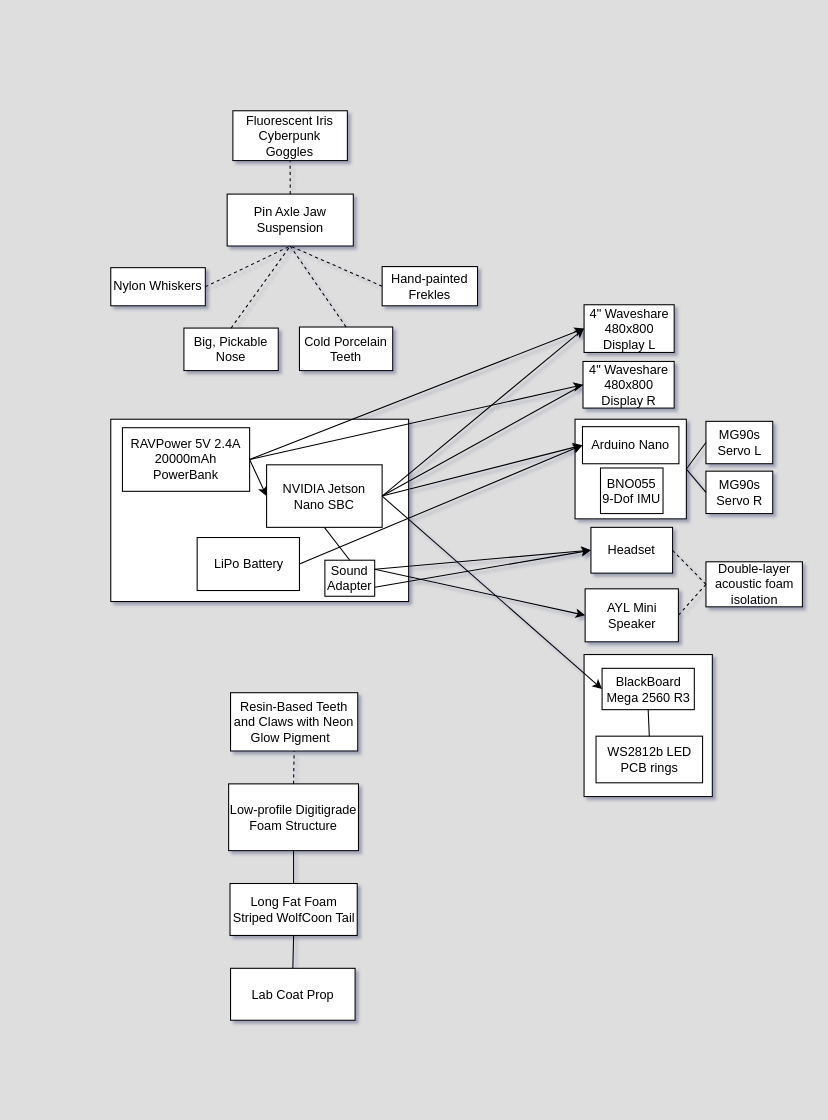
Above: Suit Concept/Basic hardware flowchart.drawio in MekhyW/BOSS-Electronic_Fursuit (draw.io), before the change. Source tidied: cells renumbered, new cells numbered last; positions are measured from the earlier drawing's top-left corner, leaving out a move shared by most shapes. Both pictures are drawn from the tidied source at 106%, with x=0, y=0 at pixel (110, 110).
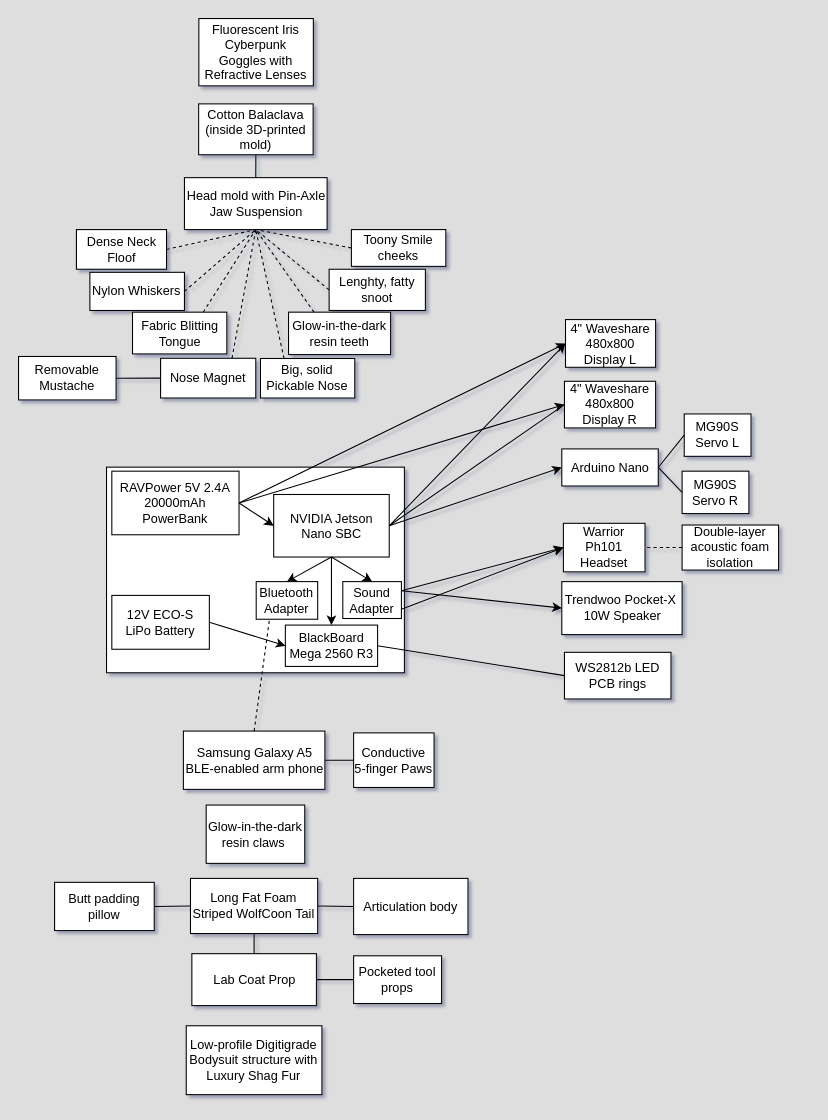
After the change.

What changed in the source:
```diff
@@
-    <mxCell id="2" style="rounded=0;whiteSpace=wrap;html=1;" parent="1" vertex="1">
-      <mxGeometry x="438" y="291" width="105" height="94" as="geometry" />
-    </mxCell>
-    <mxCell id="3" style="rounded=0;whiteSpace=wrap;html=1;" parent="1" vertex="1">
-      <mxGeometry x="446.5" y="513" width="121" height="134" as="geometry" />
-    </mxCell>
     <mxCell id="4" style="rounded=0;whiteSpace=wrap;html=1;" parent="1" vertex="1">
-      <mxGeometry y="291" width="281" height="172" as="geometry" />
+      <mxGeometry x="-4" y="336.2" width="281" height="194" as="geometry" />
     </mxCell>
     <mxCell id="5" value="NVIDIA Jetson Nano SBC" style="rounded=0;whiteSpace=wrap;html=1;" parent="1" vertex="1">
-      <mxGeometry x="147" y="334" width="109" height="59" as="geometry" />
+      <mxGeometry x="153.7" y="362" width="109" height="59" as="geometry" />
     </mxCell>
     <mxCell id="6" value="RAVPower 5V 2.4A&lt;br&gt;20000mAh PowerBank" style="rounded=0;whiteSpace=wrap;html=1;" parent="1" vertex="1">
-      <mxGeometry x="11" y="299" width="120" height="60" as="geometry" />
+      <mxGeometry x="1" y="340" width="120" height="60" as="geometry" />
     </mxCell>
-    <mxCell id="7" value="AYL Mini Speaker" style="rounded=0;whiteSpace=wrap;html=1;" parent="1" vertex="1">
-      <mxGeometry x="447.5" y="451" width="88" height="50" as="geometry" />
+    <mxCell id="7" value="Trendwoo Pocket-X&amp;nbsp;&lt;br&gt;10W Speaker" style="rounded=0;whiteSpace=wrap;html=1;" parent="1" vertex="1">
+      <mxGeometry x="425.5" y="444.2" width="113.5" height="50" as="geometry" />
     </mxCell>
     <mxCell id="8" value="4&quot; Waveshare&lt;br&gt;480x800 Display L" style="rounded=0;whiteSpace=wrap;html=1;" parent="1" vertex="1">
-      <mxGeometry x="446.5" y="183" width="85" height="45" as="geometry" />
+      <mxGeometry x="429" y="197" width="85" height="45" as="geometry" />
     </mxCell>
-    <mxCell id="9" value="Headset" style="rounded=0;whiteSpace=wrap;html=1;" parent="1" vertex="1">
-      <mxGeometry x="453" y="393" width="77" height="43.2" as="geometry" />
+    <mxCell id="9" value="Warrior Ph101 Headset" style="rounded=0;whiteSpace=wrap;html=1;" parent="1" vertex="1">
+      <mxGeometry x="427" y="389.2" width="77" height="45.8" as="geometry" />
     </mxCell>
     <mxCell id="10" value="4&quot; Waveshare&lt;br&gt;480x800 Display R" style="rounded=0;whiteSpace=wrap;html=1;" parent="1" vertex="1">
-      <mxGeometry x="445.5" y="236.5" width="86" height="44" as="geometry" />
+      <mxGeometry x="428" y="255.2" width="86" height="44" as="geometry" />
     </mxCell>
@@
-    <mxCell id="12" value="Pin Axle Jaw Suspension" style="rounded=0;whiteSpace=wrap;html=1;" parent="1" vertex="1">
-      <mxGeometry x="109.8" y="78.6" width="119" height="49" as="geometry" />
+    <mxCell id="12" value="Head mold with Pin-Axle Jaw Suspension" style="rounded=0;whiteSpace=wrap;html=1;" parent="1" vertex="1">
+      <mxGeometry x="69.5" y="63.1" width="134.6" height="49" as="geometry" />
     </mxCell>
     <mxCell id="13" value="Sound Adapter" style="rounded=0;whiteSpace=wrap;html=1;" parent="1" vertex="1">
-      <mxGeometry x="202" y="424" width="47" height="34" as="geometry" />
+      <mxGeometry x="218.9" y="444.2" width="55.3" height="34.8" as="geometry" />
     </mxCell>
@@
-    <mxCell id="17" value="Low-profile Digitigrade Foam Structure" style="rounded=0;whiteSpace=wrap;html=1;" parent="1" vertex="1">
-      <mxGeometry x="111.2" y="635" width="122.5" height="63" as="geometry" />
+    <mxCell id="17" value="Low-profile Digitigrade Bodysuit structure with Luxury Shag Fur" style="rounded=0;whiteSpace=wrap;html=1;" parent="1" vertex="1">
+      <mxGeometry x="71.2" y="863.2" width="128" height="65" as="geometry" />
     </mxCell>
     <mxCell id="18" value="Lab Coat Prop" style="rounded=0;whiteSpace=wrap;html=1;" parent="1" vertex="1">
-      <mxGeometry x="113" y="809" width="117.5" height="49" as="geometry" />
+      <mxGeometry x="76.5" y="795.2" width="117.5" height="49" as="geometry" />
     </mxCell>
@@
     <mxCell id="21" value="BlackBoard Mega 2560 R3" style="rounded=0;whiteSpace=wrap;html=1;" parent="1" vertex="1">
-      <mxGeometry x="463.5" y="526" width="87" height="39" as="geometry" />
+      <mxGeometry x="164.7" y="485.2" width="87" height="39" as="geometry" />
     </mxCell>
-    <mxCell id="22" style="endArrow=classic;html=1;exitX=1;exitY=0.5;exitDx=0;exitDy=0;entryX=0;entryY=0.5;entryDx=0;entryDy=0;" parent="1" edge="1" source="5" target="21">
+    <mxCell id="22" style="endArrow=classic;html=1;exitX=0.5;exitY=1;exitDx=0;exitDy=0;entryX=0.5;entryY=0;entryDx=0;entryDy=0;" parent="1" edge="1" source="5" target="21">
       <mxGeometry relative="1" as="geometry" />
     </mxCell>
@@
     <mxCell id="24" value="Double-layer acoustic foam isolation" style="rounded=0;whiteSpace=wrap;html=1;" parent="1" vertex="1">
-      <mxGeometry x="561.5" y="425.5" width="91" height="42.5" as="geometry" />
+      <mxGeometry x="539" y="390.8" width="91" height="42.5" as="geometry" />
     </mxCell>
     <mxCell id="25" value="WS2812b LED PCB rings" style="rounded=0;whiteSpace=wrap;html=1;" parent="1" vertex="1">
-      <mxGeometry x="457.8" y="590" width="100.5" height="44" as="geometry" />
+      <mxGeometry x="428" y="510.9" width="100.5" height="44" as="geometry" />
     </mxCell>
-    <mxCell id="26" style="endArrow=none;html=1;entryX=0.5;entryY=1;entryDx=0;entryDy=0;exitX=0.5;exitY=0;exitDx=0;exitDy=0;" parent="1" edge="1" source="25" target="21">
+    <mxCell id="26" style="endArrow=none;html=1;entryX=1;entryY=0.5;entryDx=0;entryDy=0;exitX=0;exitY=0.5;exitDx=0;exitDy=0;" parent="1" edge="1" source="25" target="21">
       <mxGeometry relative="1" as="geometry" />
     </mxCell>
-    <mxCell id="27" value="Resin-Based Teeth and Claws with Neon Glow Pigment&amp;nbsp;&amp;nbsp;" style="rounded=0;whiteSpace=wrap;html=1;" parent="1" vertex="1">
-      <mxGeometry x="113" y="549" width="120" height="55" as="geometry" />
+    <mxCell id="27" value="Glow-in-the-dark resin claws&amp;nbsp;" style="rounded=0;whiteSpace=wrap;html=1;" parent="1" vertex="1">
+      <mxGeometry x="90" y="655" width="93" height="55" as="geometry" />
     </mxCell>
-    <mxCell id="28" style="endArrow=none;dashed=1;html=1;entryX=0.5;entryY=1;entryDx=0;entryDy=0;exitX=0.5;exitY=0;exitDx=0;exitDy=0;" parent="1" edge="1" source="17" target="27">
-      <mxGeometry relative="1" as="geometry" />
-    </mxCell>
     <mxCell id="29" value="Nylon Whiskers" style="rounded=0;whiteSpace=wrap;html=1;" parent="1" vertex="1">
-      <mxGeometry y="148" width="89.2" height="36" as="geometry" />
+      <mxGeometry x="-19.7" y="152.4" width="89.2" height="36" as="geometry" />
     </mxCell>
     <mxCell id="30" value="Long Fat Foam Striped WolfCoon Tail" style="rounded=0;whiteSpace=wrap;html=1;" parent="1" vertex="1">
-      <mxGeometry x="112.5" y="729" width="120" height="49" as="geometry" />
+      <mxGeometry x="75.2" y="724.2" width="120" height="52" as="geometry" />
     </mxCell>
-    <mxCell id="31" style="endArrow=none;html=1;entryX=0.5;entryY=1;entryDx=0;entryDy=0;exitX=0.5;exitY=0;exitDx=0;exitDy=0;" parent="1" edge="1" source="30" target="17">
-      <mxGeometry relative="1" as="geometry" />
-    </mxCell>
@@
-    <mxCell id="33" value="Fluorescent Iris Cyberpunk &lt;br&gt;Goggles" style="rounded=0;whiteSpace=wrap;html=1;" parent="1" vertex="1">
-      <mxGeometry x="115.2" width="108" height="47" as="geometry" />
+    <mxCell id="33" value="Fluorescent Iris Cyberpunk &lt;br&gt;Goggles with Refractive Lenses" style="rounded=0;whiteSpace=wrap;html=1;" parent="1" vertex="1">
+      <mxGeometry x="83.1" y="-87" width="108" height="63.5" as="geometry" />
     </mxCell>
@@
-    <mxCell id="36" value="Big, Pickable Nose" style="rounded=0;whiteSpace=wrap;html=1;" parent="1" vertex="1">
-      <mxGeometry x="69" y="205" width="89" height="40.1" as="geometry" />
+    <mxCell id="36" value="Big, solid Pickable Nose" style="rounded=0;whiteSpace=wrap;html=1;" parent="1" vertex="1">
+      <mxGeometry x="141.2" y="233.7" width="89" height="37.3" as="geometry" />
     </mxCell>
-    <mxCell id="37" value="Hand-painted Frekles" style="rounded=0;whiteSpace=wrap;html=1;" parent="1" vertex="1">
-      <mxGeometry x="256" y="147" width="90" height="37" as="geometry" />
-    </mxCell>
-    <mxCell id="38" style="endArrow=none;dashed=1;html=1;entryX=1;entryY=0.5;entryDx=0;entryDy=0;exitX=0;exitY=0.5;exitDx=0;exitDy=0;" parent="1" edge="1" source="24" target="7">
-      <mxGeometry relative="1" as="geometry" />
-    </mxCell>
-    <mxCell id="39" style="endArrow=none;dashed=1;html=1;entryX=0.5;entryY=1;entryDx=0;entryDy=0;exitX=0.5;exitY=0;exitDx=0;exitDy=0;" parent="1" edge="1" source="12" target="33">
-      <mxGeometry relative="1" as="geometry" />
-    </mxCell>
@@
-    <mxCell id="41" style="endArrow=none;dashed=1;html=1;entryX=0.5;entryY=1;entryDx=0;entryDy=0;exitX=0;exitY=0.5;exitDx=0;exitDy=0;" parent="1" edge="1" source="37" target="12">
-      <mxGeometry relative="1" as="geometry" />
-    </mxCell>
-    <mxCell id="42" style="endArrow=none;dashed=1;html=1;entryX=0.5;entryY=1;entryDx=0;entryDy=0;exitX=0.5;exitY=0;exitDx=0;exitDy=0;" parent="1" edge="1" source="36" target="12">
+    <mxCell id="42" style="endArrow=none;dashed=1;html=1;entryX=0.5;entryY=1;entryDx=0;entryDy=0;exitX=0.25;exitY=0;exitDx=0;exitDy=0;" parent="1" edge="1" source="36" target="12">
       <mxGeometry relative="1" as="geometry" />
     </mxCell>
     <mxCell id="43" value="Arduino Nano" style="rounded=0;whiteSpace=wrap;html=1;" parent="1" vertex="1">
-      <mxGeometry x="445" y="298" width="91" height="35" as="geometry" />
+      <mxGeometry x="425.5" y="319" width="91" height="35" as="geometry" />
     </mxCell>
-    <mxCell id="44" value="LiPo Battery" style="rounded=0;whiteSpace=wrap;html=1;" parent="1" vertex="1">
-      <mxGeometry x="81.5" y="402.6" width="96.5" height="50" as="geometry" />
-    </mxCell>
-    <mxCell id="45" style="endArrow=classic;html=1;exitX=1;exitY=0.5;exitDx=0;exitDy=0;entryX=0;entryY=0.5;entryDx=0;entryDy=0;" parent="1" edge="1" source="44" target="43">
-      <mxGeometry relative="1" as="geometry" />
-    </mxCell>
@@
-    <mxCell id="47" value="MG90s Servo L" style="rounded=0;whiteSpace=wrap;html=1;" parent="1" vertex="1">
-      <mxGeometry x="561.5" y="293" width="63" height="40" as="geometry" />
+    <mxCell id="47" value="MG90S Servo L" style="rounded=0;whiteSpace=wrap;html=1;" parent="1" vertex="1">
+      <mxGeometry x="541" y="286" width="63" height="40" as="geometry" />
     </mxCell>
-    <mxCell id="48" value="MG90s Servo R" style="rounded=0;whiteSpace=wrap;html=1;" parent="1" vertex="1">
-      <mxGeometry x="561.5" y="340" width="63" height="40" as="geometry" />
+    <mxCell id="48" value="MG90S Servo R" style="rounded=0;whiteSpace=wrap;html=1;" parent="1" vertex="1">
+      <mxGeometry x="539" y="340" width="63" height="40" as="geometry" />
     </mxCell>
-    <mxCell id="49" style="endArrow=none;html=1;entryX=1;entryY=0.5;entryDx=0;entryDy=0;exitX=0;exitY=0.5;exitDx=0;exitDy=0;" parent="1" edge="1" source="48" target="2">
+    <mxCell id="49" style="endArrow=none;html=1;entryX=1;entryY=0.5;entryDx=0;entryDy=0;exitX=0;exitY=0.5;exitDx=0;exitDy=0;" parent="1" edge="1" source="48" target="43">
       <mxGeometry relative="1" as="geometry" />
     </mxCell>
-    <mxCell id="50" style="endArrow=none;html=1;exitX=1;exitY=0.5;exitDx=0;exitDy=0;entryX=0;entryY=0.5;entryDx=0;entryDy=0;" parent="1" edge="1" source="2" target="47">
+    <mxCell id="50" style="endArrow=none;html=1;exitX=1;exitY=0.5;exitDx=0;exitDy=0;entryX=0;entryY=0.5;entryDx=0;entryDy=0;" parent="1" edge="1" source="43" target="47">
       <mxGeometry relative="1" as="geometry" />
     </mxCell>
-    <mxCell id="51" value="BNO055 9-Dof IMU" style="rounded=0;whiteSpace=wrap;html=1;" parent="1" vertex="1">
-      <mxGeometry x="462" y="337" width="59" height="43" as="geometry" />
-    </mxCell>
-    <mxCell id="52" value="Cold Porcelain Teeth" style="rounded=0;whiteSpace=wrap;html=1;" parent="1" vertex="1">
-      <mxGeometry x="178" y="204" width="88" height="41.1" as="geometry" />
+    <mxCell id="52" value="Glow-in-the-dark resin teeth" style="rounded=0;whiteSpace=wrap;html=1;" parent="1" vertex="1">
+      <mxGeometry x="167.7" y="190" width="96.3" height="40" as="geometry" />
     </mxCell>
-    <mxCell id="53" style="endArrow=none;dashed=1;html=1;entryX=0.5;entryY=1;entryDx=0;entryDy=0;exitX=0.5;exitY=0;exitDx=0;exitDy=0;" parent="1" edge="1" source="52" target="12">
+    <mxCell id="53" style="endArrow=none;dashed=1;html=1;entryX=0.5;entryY=1;entryDx=0;entryDy=0;exitX=0;exitY=0.5;exitDx=0;exitDy=0;" parent="1" edge="1" source="77" target="12">
       <mxGeometry relative="1" as="geometry" />
     </mxCell>
-    <mxCell id="54" style="endArrow=none;html=1;entryX=0.5;entryY=1;entryDx=0;entryDy=0;exitX=0.5;exitY=0;exitDx=0;exitDy=0;" parent="1" edge="1" source="13" target="5">
-      <mxGeometry relative="1" as="geometry" />
-    </mxCell>
+    <mxCell id="55" value="Dense Neck Floof" style="rounded=0;whiteSpace=wrap;html=1;" parent="1" vertex="1">
+      <mxGeometry x="-32.4" y="112.1" width="85" height="37.4" as="geometry" />
+    </mxCell>
+    <mxCell id="56" style="endArrow=none;dashed=1;html=1;entryX=0.5;entryY=1;entryDx=0;entryDy=0;exitX=1;exitY=0.5;exitDx=0;exitDy=0;" parent="1" edge="1" source="55" target="12">
+      <mxGeometry relative="1" as="geometry" />
+    </mxCell>
+    <mxCell id="57" value="Cotton Balaclava (inside 3D-printed mold)" style="rounded=0;whiteSpace=wrap;html=1;" parent="1" vertex="1">
+      <mxGeometry x="82.9" y="-6.5" width="108" height="48" as="geometry" />
+    </mxCell>
+    <mxCell id="58" style="endArrow=none;html=1;entryX=0.5;entryY=1;entryDx=0;entryDy=0;exitX=0.5;exitY=0;exitDx=0;exitDy=0;" parent="1" edge="1" source="12" target="57">
+      <mxGeometry relative="1" as="geometry" />
+    </mxCell>
+    <mxCell id="59" value="Fabric Blitting Tongue" style="rounded=0;whiteSpace=wrap;html=1;" parent="1" vertex="1">
+      <mxGeometry x="20.5" y="190" width="89" height="39.4" as="geometry" />
+    </mxCell>
+    <mxCell id="60" style="endArrow=none;dashed=1;html=1;entryX=0.5;entryY=1;entryDx=0;entryDy=0;exitX=0.75;exitY=0;exitDx=0;exitDy=0;" parent="1" edge="1" source="59" target="12">
+      <mxGeometry relative="1" as="geometry" />
+    </mxCell>
+    <mxCell id="61" value="Samsung Galaxy A5 BLE-enabled arm phone" style="rounded=0;whiteSpace=wrap;html=1;" parent="1" vertex="1">
+      <mxGeometry x="68.5" y="585.2" width="133.5" height="55" as="geometry" />
+    </mxCell>
+    <mxCell id="62" value="Articulation body" style="rounded=0;whiteSpace=wrap;html=1;" parent="1" vertex="1">
+      <mxGeometry x="229.1" y="724.2" width="107.9" height="53" as="geometry" />
+    </mxCell>
+    <mxCell id="63" style="endArrow=none;html=1;entryX=1;entryY=0.5;entryDx=0;entryDy=0;exitX=0;exitY=0.5;exitDx=0;exitDy=0;" parent="1" edge="1" source="62" target="30">
+      <mxGeometry relative="1" as="geometry" />
+    </mxCell>
+    <mxCell id="64" value="Conductive 5-finger Paws" style="rounded=0;whiteSpace=wrap;html=1;" parent="1" vertex="1">
+      <mxGeometry x="229.1" y="586.9" width="75.9" height="51.5" as="geometry" />
+    </mxCell>
+    <mxCell id="65" style="endArrow=none;html=1;entryX=1;entryY=0.5;entryDx=0;entryDy=0;exitX=0;exitY=0.5;exitDx=0;exitDy=0;" parent="1" edge="1" source="64" target="61">
+      <mxGeometry relative="1" as="geometry" />
+    </mxCell>
+    <mxCell id="66" style="endArrow=classic;html=1;exitX=0.5;exitY=1;exitDx=0;exitDy=0;entryX=0.5;entryY=0;entryDx=0;entryDy=0;" parent="1" edge="1" source="5" target="13">
+      <mxGeometry relative="1" as="geometry" />
+    </mxCell>
+    <mxCell id="67" style="endArrow=none;dashed=1;html=1;exitX=0.5;exitY=0;exitDx=0;exitDy=0;" parent="1" edge="1" source="61">
+      <mxGeometry relative="1" as="geometry">
+        <mxPoint x="152" y="463.2" as="targetPoint" />
+      </mxGeometry>
+    </mxCell>
+    <mxCell id="68" value="Bluetooth Adapter" style="rounded=0;whiteSpace=wrap;html=1;" parent="1" vertex="1">
+      <mxGeometry x="137.2" y="444.2" width="58" height="35.5" as="geometry" />
+    </mxCell>
+    <mxCell id="69" style="endArrow=classic;html=1;exitX=0.5;exitY=1;exitDx=0;exitDy=0;entryX=0.5;entryY=0;entryDx=0;entryDy=0;" parent="1" edge="1" source="5" target="68">
+      <mxGeometry relative="1" as="geometry" />
+    </mxCell>
+    <mxCell id="70" value="12V ECO-S LiPo Battery" style="rounded=0;whiteSpace=wrap;html=1;" parent="1" vertex="1">
+      <mxGeometry x="1" y="457.2" width="92" height="50.8" as="geometry" />
+    </mxCell>
+    <mxCell id="71" style="endArrow=classic;html=1;exitX=1;exitY=0.5;exitDx=0;exitDy=0;entryX=0;entryY=0.5;entryDx=0;entryDy=0;" parent="1" edge="1" source="70" target="21">
+      <mxGeometry relative="1" as="geometry" />
+    </mxCell>
+    <mxCell id="72" style="endArrow=none;html=1;exitX=1;exitY=0.5;exitDx=0;exitDy=0;entryX=0;entryY=0.5;entryDx=0;entryDy=0;" parent="1" edge="1" source="18" target="73">
+      <mxGeometry relative="1" as="geometry" />
+    </mxCell>
+    <mxCell id="73" value="Pocketed tool props" style="rounded=0;whiteSpace=wrap;html=1;" parent="1" vertex="1">
+      <mxGeometry x="229.1" y="797.2" width="83" height="45" as="geometry" />
+    </mxCell>
+    <mxCell id="74" value="Butt padding pillow" style="rounded=0;whiteSpace=wrap;html=1;" parent="1" vertex="1">
+      <mxGeometry x="-53" y="727.9" width="94" height="45.5" as="geometry" />
+    </mxCell>
+    <mxCell id="75" style="endArrow=none;html=1;exitX=1;exitY=0.5;exitDx=0;exitDy=0;entryX=0;entryY=0.5;entryDx=0;entryDy=0;" parent="1" edge="1" source="74" target="30">
+      <mxGeometry relative="1" as="geometry" />
+    </mxCell>
+    <mxCell id="76" value="Toony Smile cheeks" style="rounded=0;whiteSpace=wrap;html=1;" parent="1" vertex="1">
+      <mxGeometry x="227" y="112.1" width="89.1" height="34.7" as="geometry" />
+    </mxCell>
+    <mxCell id="77" value="Lenghty, fatty snoot" style="rounded=0;whiteSpace=wrap;html=1;" parent="1" vertex="1">
+      <mxGeometry x="206" y="149.5" width="90.8" height="38.9" as="geometry" />
+    </mxCell>
+    <mxCell id="78" style="endArrow=none;dashed=1;html=1;entryX=0.5;entryY=1;entryDx=0;entryDy=0;exitX=0;exitY=0.5;exitDx=0;exitDy=0;" parent="1" edge="1" source="76" target="12">
+      <mxGeometry relative="1" as="geometry" />
+    </mxCell>
+    <mxCell id="79" style="endArrow=none;dashed=1;html=1;exitX=0.25;exitY=0;exitDx=0;exitDy=0;entryX=0.5;entryY=1;entryDx=0;entryDy=0;" parent="1" edge="1" source="52" target="12">
+      <mxGeometry relative="1" as="geometry" />
+    </mxCell>
+    <mxCell id="80" value="Nose Magnet" style="rounded=0;whiteSpace=wrap;html=1;" parent="1" vertex="1">
+      <mxGeometry x="47" y="233.5" width="89.8" height="37.5" as="geometry" />
+    </mxCell>
+    <mxCell id="81" style="endArrow=none;dashed=1;html=1;entryX=0.5;entryY=1;entryDx=0;entryDy=0;exitX=0.75;exitY=0;exitDx=0;exitDy=0;" parent="1" edge="1" source="80" target="12">
+      <mxGeometry relative="1" as="geometry" />
+    </mxCell>
+    <mxCell id="82" value="Removable Mustache" style="rounded=0;whiteSpace=wrap;html=1;" parent="1" vertex="1">
+      <mxGeometry x="-87" y="231.8" width="92" height="41" as="geometry" />
+    </mxCell>
+    <mxCell id="83" style="endArrow=none;html=1;exitX=1;exitY=0.5;exitDx=0;exitDy=0;entryX=0;entryY=0.5;entryDx=0;entryDy=0;" parent="1" edge="1" source="82" target="80">
+      <mxGeometry relative="1" as="geometry" />
+    </mxCell>
```
